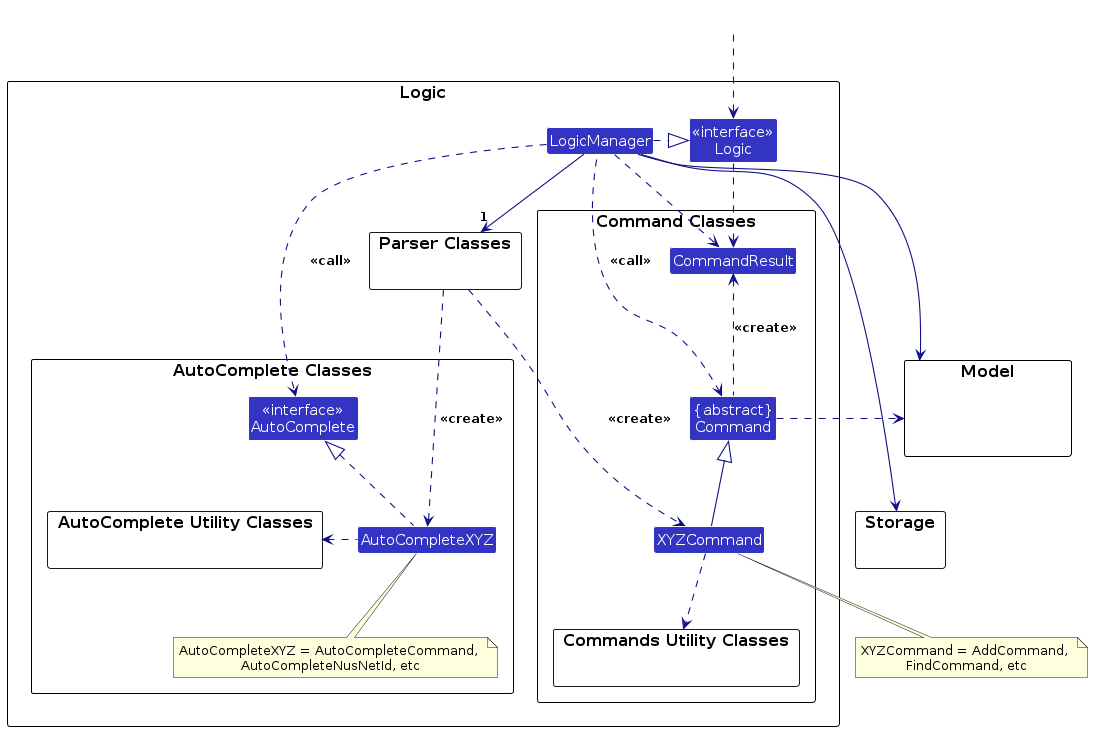
The PlantUML diagram diagrams/LogicClassDiagram.png in belligerentbeagle/tp, before a commit. Its source is kept beside it as diagrams/LogicClassDiagram.puml.
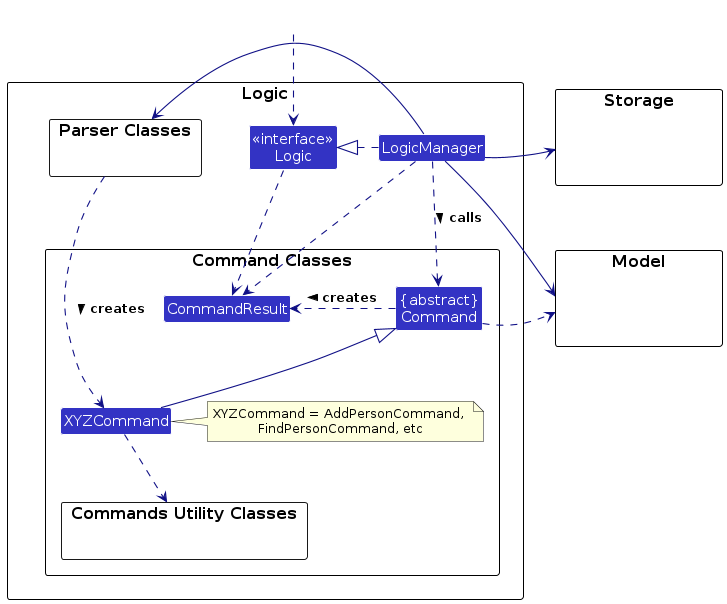
Later version of the same file.

What changed in the source:
```diff
@@ -17,15 +17,18 @@
         Class XYZCommand
         Class CommandResult
         Class "{abstract}\nCommand" as Command
+        note right of XYZCommand: XYZCommand = AddPersonCommand, \nFindPersonCommand, etc
+        XYZCommand -up-|> Command
+        XYZCommand .down.> CommandsUtil
+        Command .> CommandResult : creates >
     }
 
-    package "AutoComplete Classes" as AutoCompletePackage {
-        package "AutoComplete Utility Classes" as AutoCompleteUtil {
-        }
-        class "<<interface>>\nAutoComplete" as AutoComplete
-        class AutoCompleteXYZ
-        note bottom of AutoCompleteXYZ: AutoCompleteXYZ = AutoCompleteCommand, \nAutoCompleteNusNetId, etc
-    }
+    LogicManager .up|> Logic
+    LogicManager -up> ParserClasses
+    LogicManager ..> Command : calls >
+    LogicManager ..> CommandResult
+    ParserClasses .down> XYZCommand : creates >
+    Logic ..> CommandResult
 }
 
 package Model {
@@ -33,31 +36,14 @@
 }
 
 package Storage {
+    class HiddenModel #FFFFFF
 }
 
 Class HiddenOutside #FFFFFF
-HiddenOutside ..> Logic
+HiddenOutside .down.> Logic
 
-LogicManager .right.|> Logic
-LogicManager -right->"1" ParserClasses
-ParserClasses ..> XYZCommand : <<create>>
-ParserClasses ...> AutoCompleteXYZ : <<create>>
-XYZCommand .down.> CommandsUtil
-AutoCompleteXYZ .left.> AutoCompleteUtil
+LogicManager -down-> Model
+LogicManager -right> Storage
+Command .right.> Model
 
-XYZCommand -up-|> Command
-AutoCompleteXYZ .up.|> AutoComplete
-LogicManager .left.> Command : <<call>>
-LogicManager .down..> AutoComplete : <<call>>
-
-LogicManager --> Model
-LogicManager ----> Storage
-
-Command .[hidden]up.> Storage
-Command .right.> Model
-note bottom of XYZCommand: XYZCommand = AddCommand, \nFindCommand, etc
-
-Logic ..> CommandResult
-LogicManager .down.> CommandResult
-Command .up.> CommandResult : <<create>>
 @enduml
```
